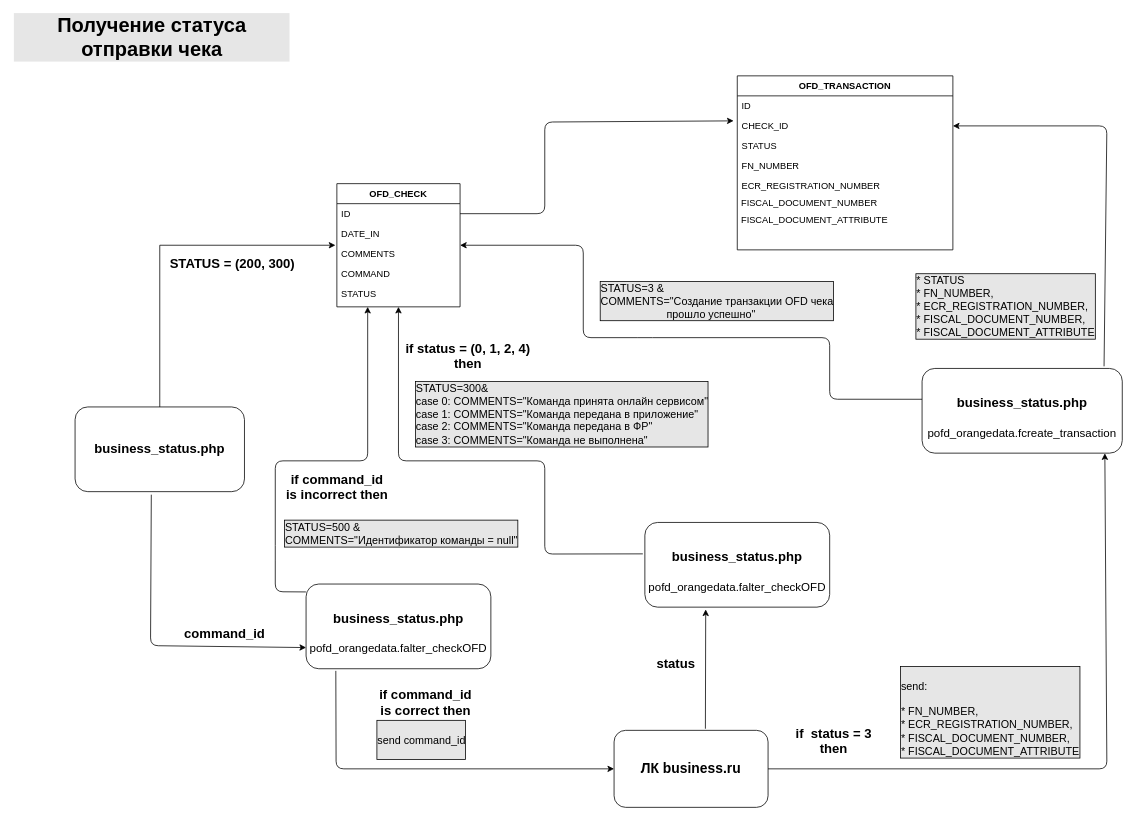
Tanya291995/my_first keeps this draw.io diagram as status.drawio. Above is the earlier version. Source tidied: cells renumbered, new cells numbered last; positions are measured from the earlier drawing's top-left corner, leaving out a move shared by most shapes. Both pictures are drawn from the tidied source at 77%, with x=0, y=0 at pixel (13, 29).
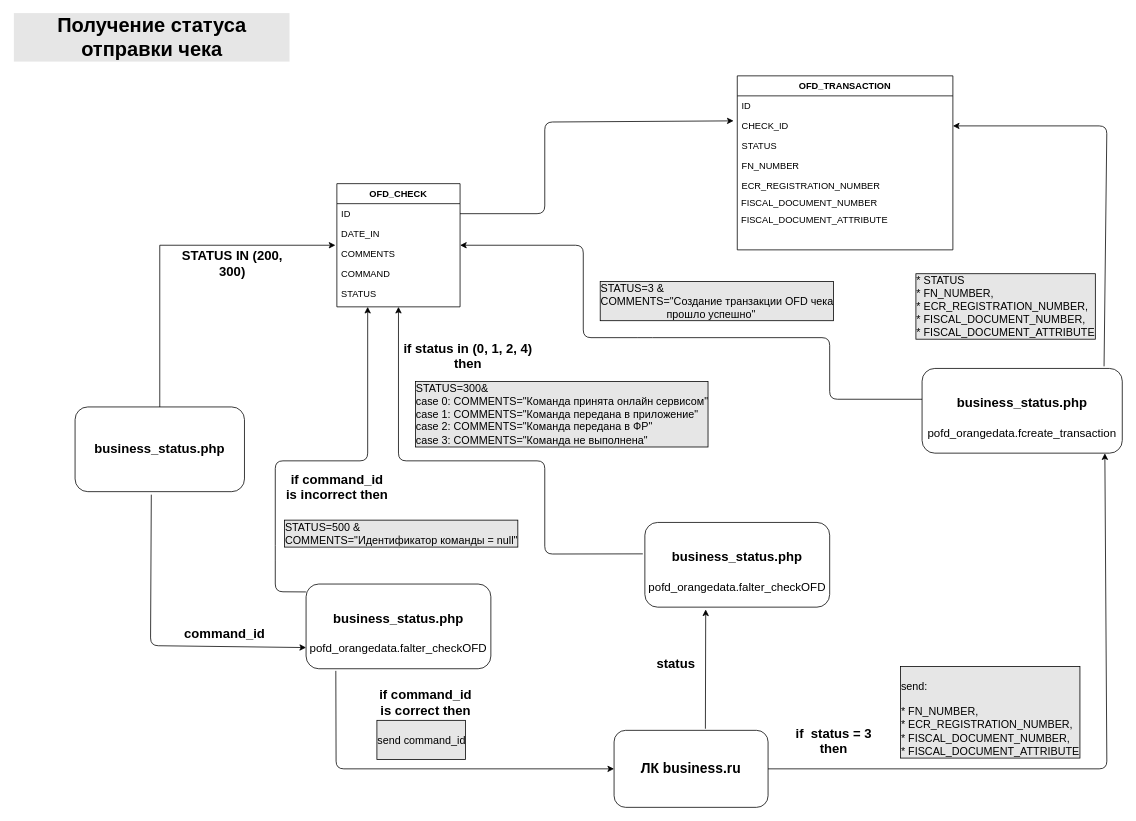
The same diagram, later.

Change to the diagram source:
```diff
@@
-    <mxCell id="8" value="STATUS = (200, 300)" style="text;html=1;strokeColor=none;fillColor=none;align=center;verticalAlign=middle;whiteSpace=wrap;rounded=0;labelBackgroundColor=none;fontSize=17;fontStyle=1;" parent="1" vertex="1">
+    <mxCell id="8" value="STATUS IN (200, 300)" style="text;html=1;strokeColor=none;fillColor=none;align=center;verticalAlign=middle;whiteSpace=wrap;rounded=0;labelBackgroundColor=none;fontSize=17;fontStyle=1;" parent="1" vertex="1">
       <mxGeometry x="199" y="280" width="171" height="50" as="geometry" />
     </mxCell>
@@
-    <mxCell id="23" value="&lt;div&gt;&lt;b&gt;if status = (0, 1, 2, 4)&lt;/b&gt;&lt;/div&gt;&lt;div&gt;&lt;b&gt;then&lt;/b&gt;&lt;/div&gt;&lt;div&gt;&lt;b&gt;&lt;br&gt;&lt;/b&gt;&lt;/div&gt;" style="text;html=1;align=center;verticalAlign=middle;fontSize=17;" parent="1" vertex="1">
+    <mxCell id="23" value="&lt;div&gt;&lt;b&gt;if status in (0, 1, 2, 4)&lt;/b&gt;&lt;/div&gt;&lt;div&gt;&lt;b&gt;then&lt;/b&gt;&lt;/div&gt;&lt;div&gt;&lt;b&gt;&lt;br&gt;&lt;/b&gt;&lt;/div&gt;" style="text;html=1;align=center;verticalAlign=middle;fontSize=17;" parent="1" vertex="1">
       <mxGeometry x="500" y="400" width="180" height="70" as="geometry" />
     </mxCell>
```
